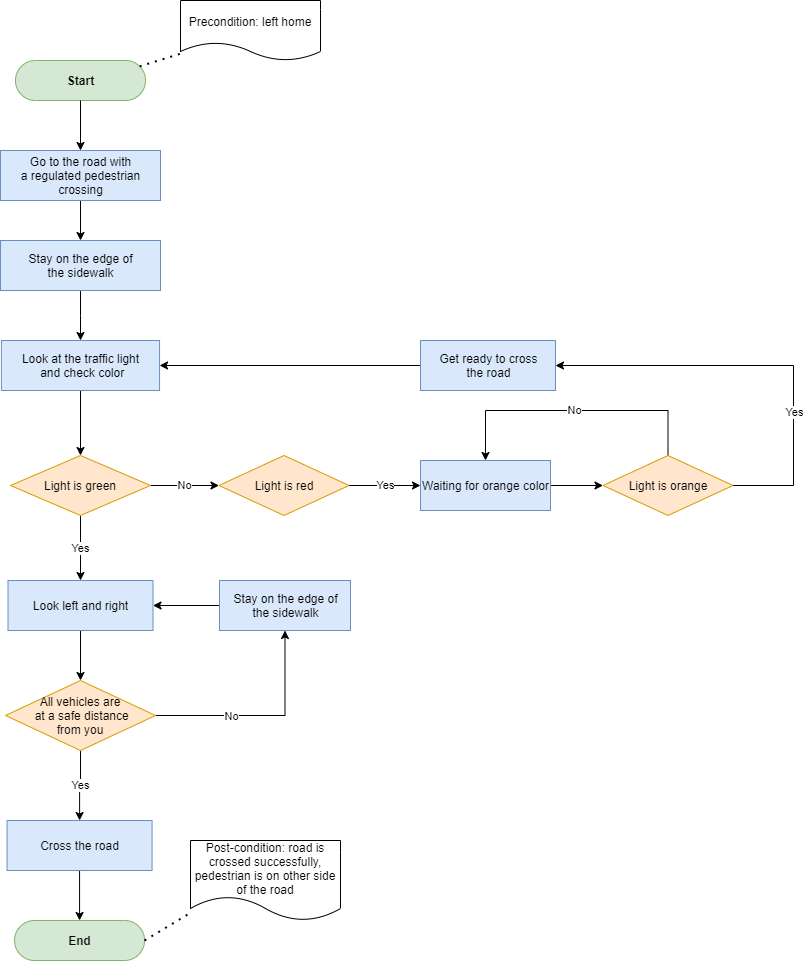
The draw.io diagram HomeWork01/HomeWork01/image/Cross the road at a regulated pedestrian crossing_flowchart.png in JuliyaBva/csharp-home-tasks, before a commit. Source tidied: cells renumbered, new cells last; positions are measured from the earlier drawing's top-left corner, leaving out a move shared by most shapes.
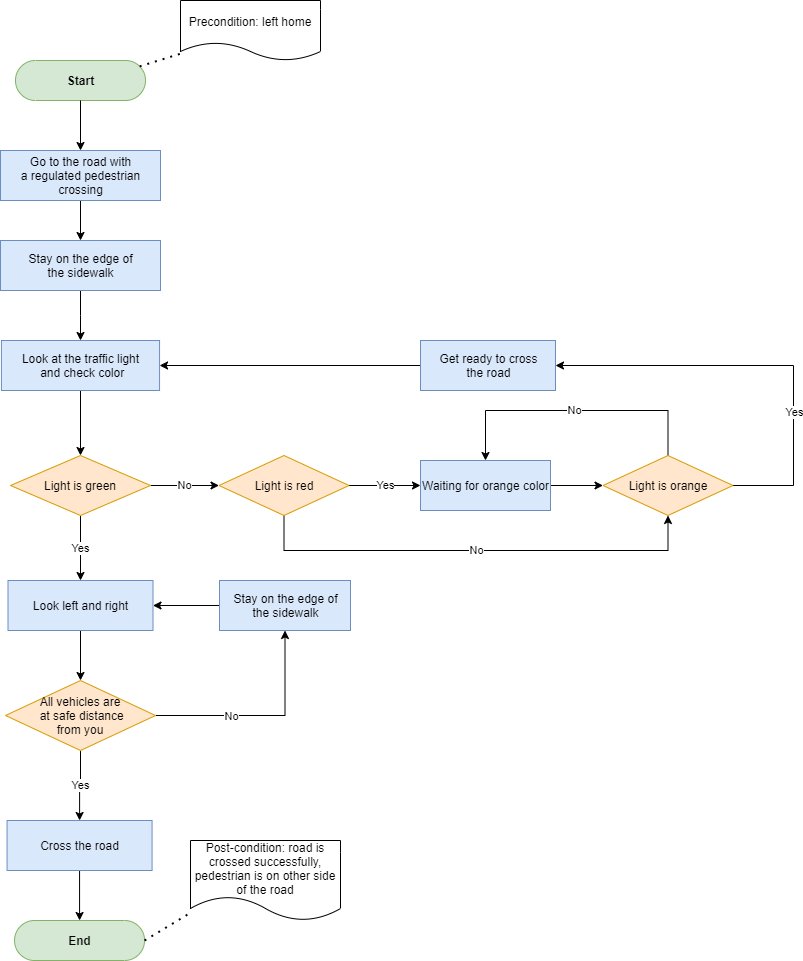
The same diagram one commit later.

Commit message:
commit home task01

Diff of the diagram source:
```diff
@@ -52,6 +52,14 @@
         </Array>
       </mxGeometry>
     </mxCell>
+    <mxCell id="38" value="No" style="edgeStyle=orthogonalEdgeStyle;rounded=0;jettySize=auto;html=1;entryX=0.5;entryY=1;entryDx=0;entryDy=0;exitX=0.5;exitY=1;exitDx=0;exitDy=0;" parent="1" edge="1" source="17" target="21">
+      <mxGeometry relative="1" as="geometry">
+        <Array as="points">
+          <mxPoint x="284" y="550" />
+          <mxPoint x="668" y="550" />
+        </Array>
+      </mxGeometry>
+    </mxCell>
     <mxCell id="17" value="Light is red" style="rhombus;whiteSpace=wrap;html=1;fillColor=#ffe6cc;strokeColor=#d79b00;" parent="1" vertex="1">
       <mxGeometry x="218.5" y="455" width="130" height="60" as="geometry" />
     </mxCell>
@@ -96,7 +104,7 @@
         <mxPoint x="-12" y="3" as="offset" />
       </mxGeometry>
     </mxCell>
-    <mxCell id="27" value="&lt;span&gt;All vehicles are&lt;/span&gt;&lt;br&gt;&lt;span&gt;&amp;nbsp;at a safe distance&lt;br&gt;from you&lt;/span&gt;" style="rhombus;whiteSpace=wrap;html=1;fillColor=#ffe6cc;strokeColor=#d79b00;" parent="1" vertex="1">
+    <mxCell id="27" value="&lt;span&gt;All vehicles are&lt;/span&gt;&lt;br&gt;&lt;span&gt;&amp;nbsp;at safe distance&lt;br&gt;from you&lt;/span&gt;" style="rhombus;whiteSpace=wrap;html=1;fillColor=#ffe6cc;strokeColor=#d79b00;" parent="1" vertex="1">
       <mxGeometry x="5" y="680" width="150" height="70" as="geometry" />
     </mxCell>
     <mxCell id="28" style="edgeStyle=orthogonalEdgeStyle;rounded=0;jettySize=auto;html=1;" parent="1" edge="1" source="29" target="33">
```
